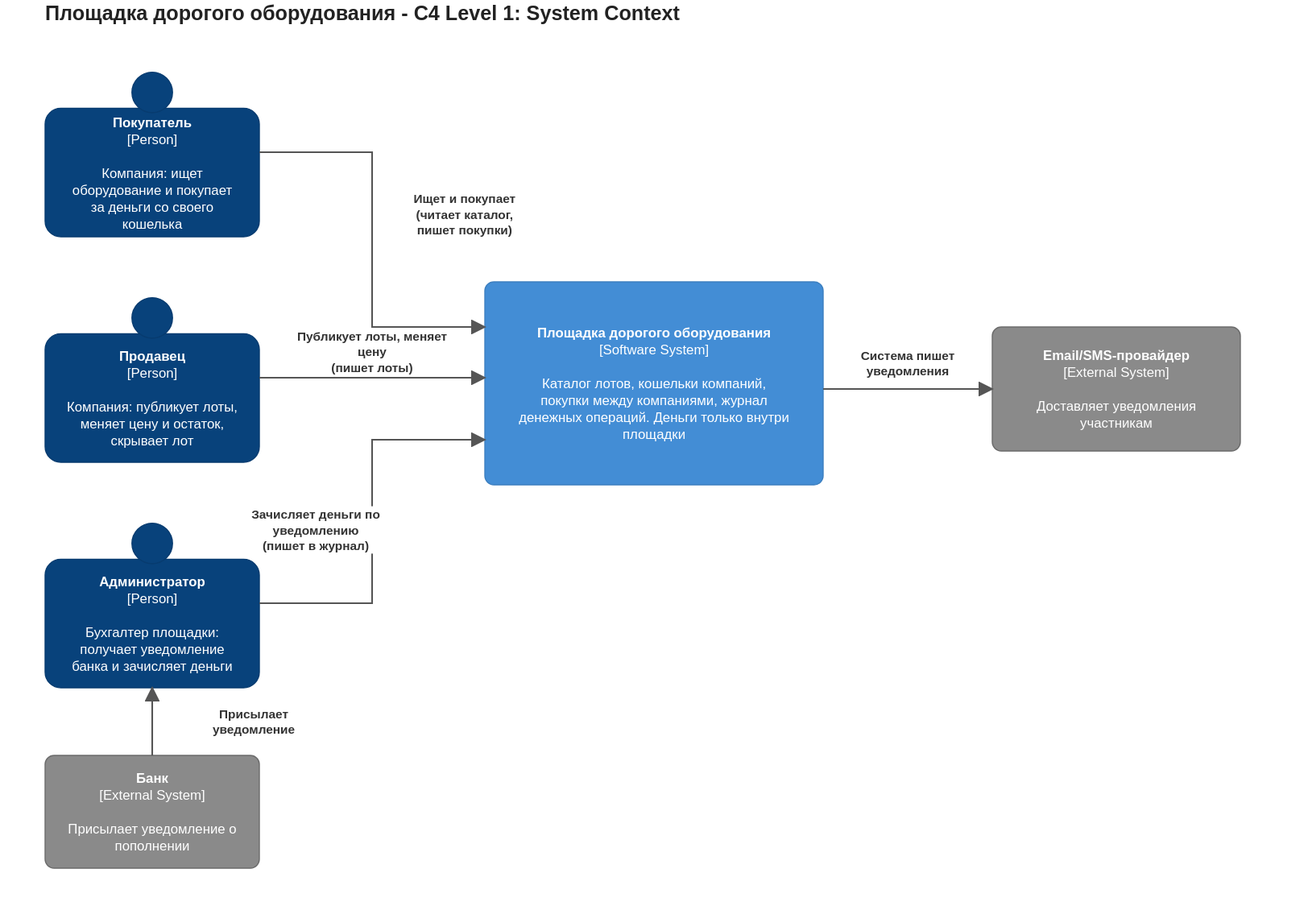
The draw.io diagram docs/system-design/marketplace-v2/L1 - System Context.drawio.svg in Elaman19/system-design, before a commit. Source tidied: cells renumbered, new cells last; positions are measured from the earlier drawing's top-left corner, leaving out a move shared by most shapes.
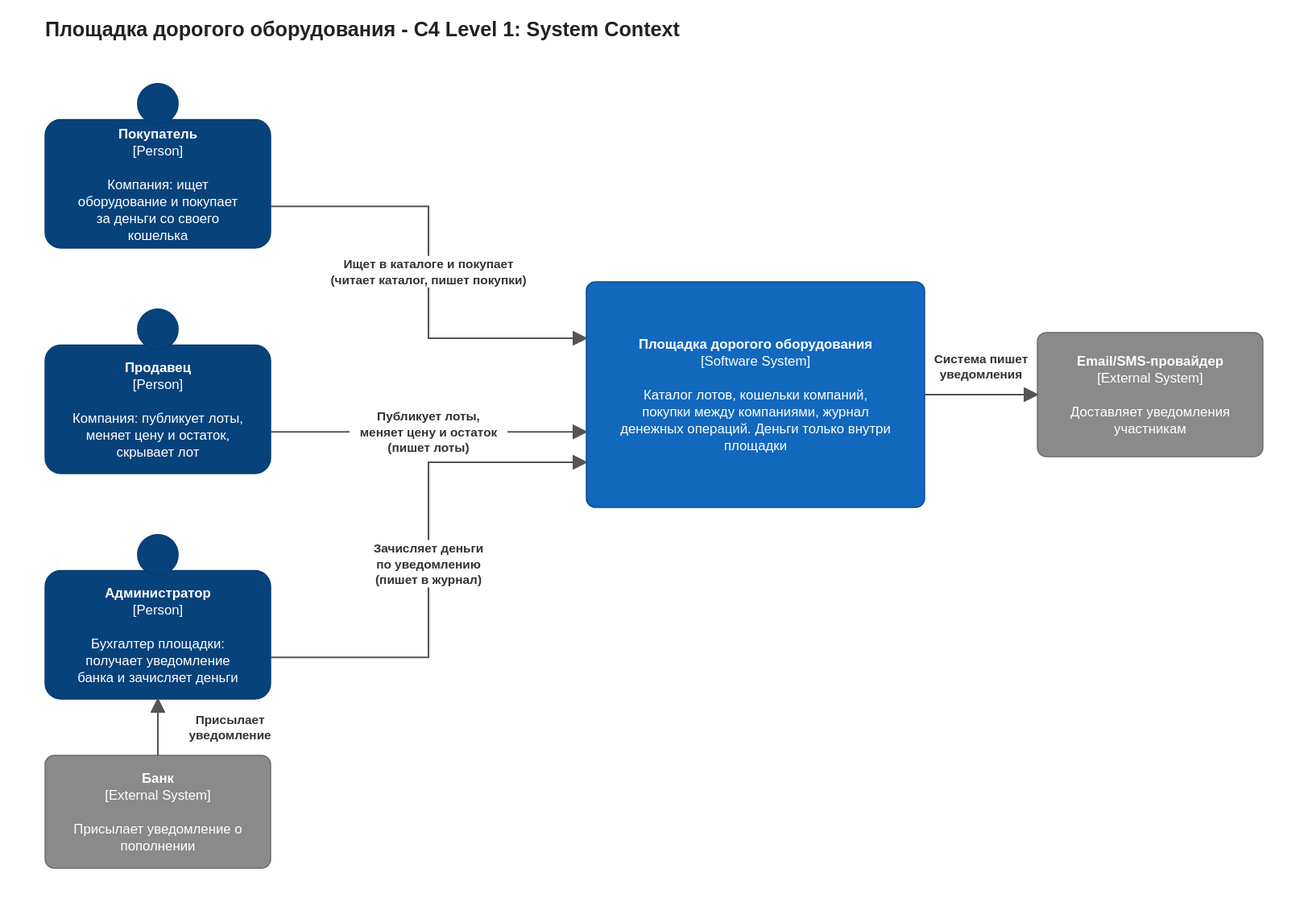
After the commit.

Diff of the diagram source:
```diff
@@ -2,58 +2,54 @@
   <root>
     <mxCell id="0" />
     <mxCell id="1" value="L1 - System Context" parent="0" />
-    <mxCell id="2" value="&lt;b&gt;Площадка дорогого оборудования - C4 Level 1: System Context&lt;/b&gt;" style="fontFamily=Helvetica;html=1;whiteSpace=wrap;fontSize=18;text;align=left;verticalAlign=top;fontColor=#222222;" parent="1" vertex="1">
-      <mxGeometry width="1000" height="30" as="geometry" />
+    <mxCell id="2" value="&lt;b&gt;Площадка дорогого оборудования - C4 Level 1: System Context&lt;/b&gt;" style="fontFamily=Helvetica;html=1;whiteSpace=wrap;text;fontSize=18;align=left;verticalAlign=top;fontColor=#222222;" parent="1" vertex="1">
+      <mxGeometry y="14" width="1080" height="30" as="geometry" />
     </mxCell>
     <mxCell id="3" value="&lt;b&gt;Покупатель&lt;/b&gt;&lt;br&gt;[Person]&lt;br&gt;&lt;br&gt;Компания: ищет оборудование и покупает за деньги со своего кошелька" style="fontFamily=Helvetica;html=1;whiteSpace=wrap;fontSize=12;shape=mxgraph.c4.person2;fillColor=#08427b;strokeColor=#073b6f;fontColor=#ffffff;align=center;verticalAlign=middle;" parent="1" vertex="1">
-      <mxGeometry y="60" width="190" height="150" as="geometry" />
+      <mxGeometry y="70" width="200" height="150" as="geometry" />
     </mxCell>
     <mxCell id="4" value="&lt;b&gt;Продавец&lt;/b&gt;&lt;br&gt;[Person]&lt;br&gt;&lt;br&gt;Компания: публикует лоты, меняет цену и остаток, скрывает лот" style="fontFamily=Helvetica;html=1;whiteSpace=wrap;fontSize=12;shape=mxgraph.c4.person2;fillColor=#08427b;strokeColor=#073b6f;fontColor=#ffffff;align=center;verticalAlign=middle;" parent="1" vertex="1">
-      <mxGeometry y="260" width="190" height="150" as="geometry" />
+      <mxGeometry y="270" width="200" height="150" as="geometry" />
     </mxCell>
     <mxCell id="5" value="&lt;b&gt;Администратор&lt;/b&gt;&lt;br&gt;[Person]&lt;br&gt;&lt;br&gt;Бухгалтер площадки: получает уведомление банка и зачисляет деньги" style="fontFamily=Helvetica;html=1;whiteSpace=wrap;fontSize=12;shape=mxgraph.c4.person2;fillColor=#08427b;strokeColor=#073b6f;fontColor=#ffffff;align=center;verticalAlign=middle;" parent="1" vertex="1">
-      <mxGeometry y="460" width="190" height="150" as="geometry" />
+      <mxGeometry y="470" width="200" height="150" as="geometry" />
     </mxCell>
     <mxCell id="6" value="&lt;b&gt;Банк&lt;/b&gt;&lt;br&gt;[External System]&lt;br&gt;&lt;br&gt;Присылает уведомление о пополнении" style="fontFamily=Helvetica;html=1;whiteSpace=wrap;fontSize=12;rounded=1;arcSize=8;fillColor=#8a8a8a;strokeColor=#6b6b6b;fontColor=#ffffff;" parent="1" vertex="1">
-      <mxGeometry y="670" width="190" height="100" as="geometry" />
+      <mxGeometry y="670" width="200" height="100" as="geometry" />
     </mxCell>
-    <mxCell id="7" value="&lt;b&gt;Площадка дорогого оборудования&lt;/b&gt;&lt;br&gt;[Software System]&lt;br&gt;&lt;br&gt;Каталог лотов, кошельки компаний, покупки между компаниями, журнал денежных операций. Деньги только внутри площадки" style="fontFamily=Helvetica;html=1;whiteSpace=wrap;fontSize=12;rounded=1;arcSize=8;fillColor=#438dd5;strokeColor=#3c7fc0;fontColor=#ffffff;" parent="1" vertex="1">
-      <mxGeometry x="390" y="250" width="300" height="180" as="geometry" />
+    <mxCell id="7" value="&lt;b&gt;Площадка дорогого оборудования&lt;/b&gt;&lt;br&gt;[Software System]&lt;br&gt;&lt;br&gt;Каталог лотов, кошельки компаний, покупки между компаниями, журнал денежных операций. Деньги только внутри площадки" style="fontFamily=Helvetica;html=1;whiteSpace=wrap;fontSize=12;rounded=1;arcSize=8;fillColor=#1168bd;strokeColor=#0b4884;fontColor=#ffffff;" parent="1" vertex="1">
+      <mxGeometry x="480" y="250" width="300" height="200" as="geometry" />
     </mxCell>
     <mxCell id="8" value="&lt;b&gt;Email/SMS-провайдер&lt;/b&gt;&lt;br&gt;[External System]&lt;br&gt;&lt;br&gt;Доставляет уведомления участникам" style="fontFamily=Helvetica;html=1;whiteSpace=wrap;fontSize=12;rounded=1;arcSize=8;fillColor=#8a8a8a;strokeColor=#6b6b6b;fontColor=#ffffff;" parent="1" vertex="1">
-      <mxGeometry x="840" y="290" width="220" height="110" as="geometry" />
+      <mxGeometry x="880" y="295" width="200" height="110" as="geometry" />
     </mxCell>
-    <mxCell id="9" value="&lt;b&gt;Ищет и покупает&lt;/b&gt;&lt;br&gt;&lt;b&gt;(читает каталог,&lt;/b&gt;&lt;br&gt;&lt;b&gt;пишет покупки)&lt;/b&gt;" style="fontFamily=Helvetica;html=1;whiteSpace=wrap;fontSize=11;edgeStyle=orthogonalEdgeStyle;rounded=0;endArrow=blockThin;endFill=1;strokeColor=#555555;strokeWidth=1.5;fontColor=#333333;labelBackgroundColor=#ffffff;exitX=1.0;exitY=0.5;entryX=0.0;entryY=0.222;" parent="1" edge="1" source="3" target="7">
-      <mxGeometry x="-0.13" relative="1" as="geometry">
+    <mxCell id="9" value="&lt;b&gt;Ищет в каталоге и покупает&lt;br&gt;(читает каталог, пишет покупки)&lt;/b&gt;" style="fontFamily=Helvetica;html=1;whiteSpace=wrap;fontSize=11;rounded=0;endArrow=blockThin;endFill=1;strokeColor=#555555;strokeWidth=1.5;fontColor=#333333;labelBackgroundColor=#ffffff;exitX=1.0;exitY=0.675;entryX=0.0;entryY=0.25;" parent="1" edge="1" source="3" target="7">
+      <mxGeometry relative="1" as="geometry">
         <Array as="points">
-          <mxPoint x="290" y="135" />
-          <mxPoint x="290" y="290" />
+          <mxPoint x="340" y="183" />
+          <mxPoint x="340" y="300" />
         </Array>
-        <mxPoint x="82" as="offset" />
       </mxGeometry>
     </mxCell>
-    <mxCell id="10" value="&lt;b&gt;Публикует лоты, меняет&lt;/b&gt;&lt;br&gt;&lt;b&gt;цену&lt;/b&gt;&lt;br&gt;&lt;b&gt;(пишет лоты)&lt;/b&gt;" style="fontFamily=Helvetica;html=1;whiteSpace=wrap;fontSize=11;edgeStyle=orthogonalEdgeStyle;rounded=0;endArrow=blockThin;endFill=1;strokeColor=#555555;strokeWidth=1.5;fontColor=#333333;labelBackgroundColor=#ffffff;exitX=1.0;exitY=0.5;entryX=0.0;entryY=0.472;" parent="1" edge="1" source="4" target="7">
-      <mxGeometry relative="1" as="geometry">
-        <mxPoint y="-23" as="offset" />
-      </mxGeometry>
+    <mxCell id="10" value="&lt;b&gt;Публикует лоты,&lt;br&gt;меняет цену и остаток&lt;br&gt;(пишет лоты)&lt;/b&gt;" style="fontFamily=Helvetica;html=1;whiteSpace=wrap;fontSize=11;rounded=0;endArrow=blockThin;endFill=1;strokeColor=#555555;strokeWidth=1.5;fontColor=#333333;labelBackgroundColor=#ffffff;exitX=1.0;exitY=0.675;entryX=0.0;entryY=0.665;" parent="1" edge="1" source="4" target="7">
+      <mxGeometry relative="1" as="geometry" />
     </mxCell>
-    <mxCell id="11" value="&lt;b&gt;Зачисляет деньги по&lt;/b&gt;&lt;br&gt;&lt;b&gt;уведомлению&lt;/b&gt;&lt;br&gt;&lt;b&gt;(пишет в журнал)&lt;/b&gt;" style="fontFamily=Helvetica;html=1;whiteSpace=wrap;fontSize=11;edgeStyle=orthogonalEdgeStyle;rounded=0;endArrow=blockThin;endFill=1;strokeColor=#555555;strokeWidth=1.5;fontColor=#333333;labelBackgroundColor=#ffffff;exitX=1.0;exitY=0.5;entryX=0.0;entryY=0.778;" parent="1" edge="1" source="5" target="7">
-      <mxGeometry x="-0.04" relative="1" as="geometry">
+    <mxCell id="11" value="&lt;b&gt;Зачисляет деньги&lt;br&gt;по уведомлению&lt;br&gt;(пишет в журнал)&lt;/b&gt;" style="fontFamily=Helvetica;html=1;whiteSpace=wrap;fontSize=11;rounded=0;endArrow=blockThin;endFill=1;strokeColor=#555555;strokeWidth=1.5;fontColor=#333333;labelBackgroundColor=#ffffff;exitX=1.0;exitY=0.675;entryX=0.0;entryY=0.8;" parent="1" edge="1" source="5" target="7">
+      <mxGeometry x="-0.02" relative="1" as="geometry">
         <Array as="points">
-          <mxPoint x="290" y="535" />
-          <mxPoint x="290" y="390" />
+          <mxPoint x="340" y="583" />
+          <mxPoint x="340" y="410" />
         </Array>
-        <mxPoint x="-50" as="offset" />
       </mxGeometry>
     </mxCell>
-    <mxCell id="12" value="&lt;b&gt;Присылает&lt;/b&gt;&lt;br&gt;&lt;b&gt;уведомление&lt;/b&gt;" style="fontFamily=Helvetica;html=1;whiteSpace=wrap;fontSize=11;edgeStyle=orthogonalEdgeStyle;rounded=0;endArrow=blockThin;endFill=1;strokeColor=#555555;strokeWidth=1.5;fontColor=#333333;labelBackgroundColor=#ffffff;exitX=0.5;exitY=0.0;entryX=0.5;entryY=1.0;" parent="1" edge="1" source="6" target="5">
+    <mxCell id="12" value="&lt;b&gt;Присылает&lt;br&gt;уведомление&lt;/b&gt;" style="fontFamily=Helvetica;html=1;whiteSpace=wrap;fontSize=11;rounded=0;endArrow=blockThin;endFill=1;strokeColor=#555555;strokeWidth=1.5;fontColor=#333333;labelBackgroundColor=#ffffff;exitX=0.5;exitY=0.0;entryX=0.5;entryY=1.0;" parent="1" edge="1" source="6" target="5">
       <mxGeometry relative="1" as="geometry">
-        <mxPoint x="90" as="offset" />
+        <mxPoint x="64" as="offset" />
       </mxGeometry>
     </mxCell>
-    <mxCell id="13" value="&lt;b&gt;Система пишет&lt;/b&gt;&lt;br&gt;&lt;b&gt;уведомления&lt;/b&gt;" style="fontFamily=Helvetica;html=1;whiteSpace=wrap;fontSize=11;edgeStyle=orthogonalEdgeStyle;rounded=0;endArrow=blockThin;endFill=1;strokeColor=#555555;strokeWidth=1.5;fontColor=#333333;labelBackgroundColor=#ffffff;exitX=1.0;exitY=0.528;entryX=0.0;entryY=0.5;" parent="1" edge="1" source="7" target="8">
+    <mxCell id="13" value="&lt;b&gt;Система пишет&lt;br&gt;уведомления&lt;/b&gt;" style="fontFamily=Helvetica;html=1;whiteSpace=wrap;fontSize=11;rounded=0;endArrow=blockThin;endFill=1;strokeColor=#555555;strokeWidth=1.5;fontColor=#333333;labelBackgroundColor=#ffffff;exitX=1.0;exitY=0.5;entryX=0.0;entryY=0.5;" parent="1" edge="1" source="7" target="8">
       <mxGeometry relative="1" as="geometry">
-        <mxPoint y="-23" as="offset" />
+        <mxPoint y="-25" as="offset" />
       </mxGeometry>
     </mxCell>
   </root>
```
